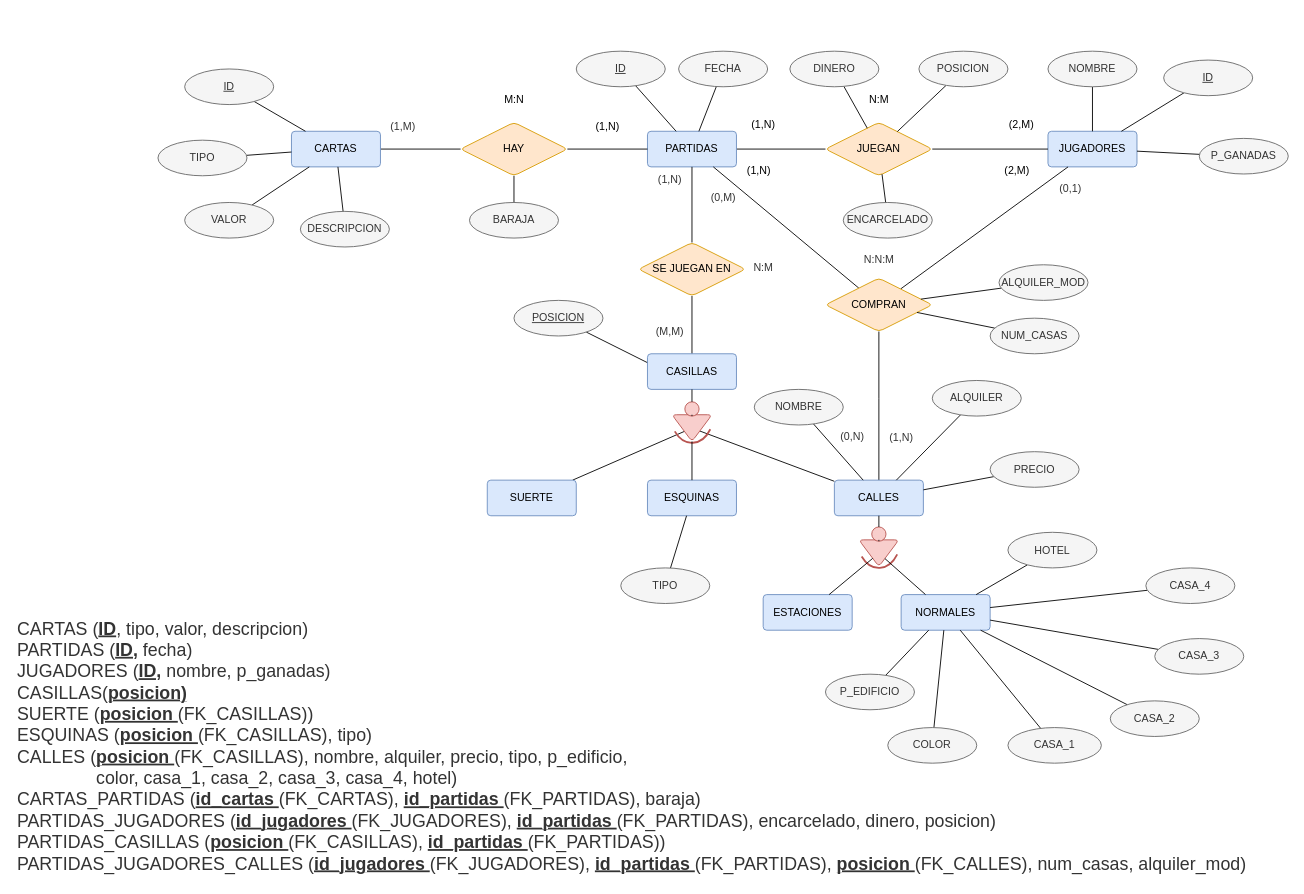
Above: RECURSOS/ER_MONOPOLY.drawio in ivanupgrade/Monopoly (draw.io), before the change. Source tidied: cells renumbered, new cells numbered last; positions are measured from the earlier drawing's top-left corner, leaving out a move shared by most shapes. Both pictures are drawn from the tidied source at 89%, with x=0, y=0 at pixel (15, 51).
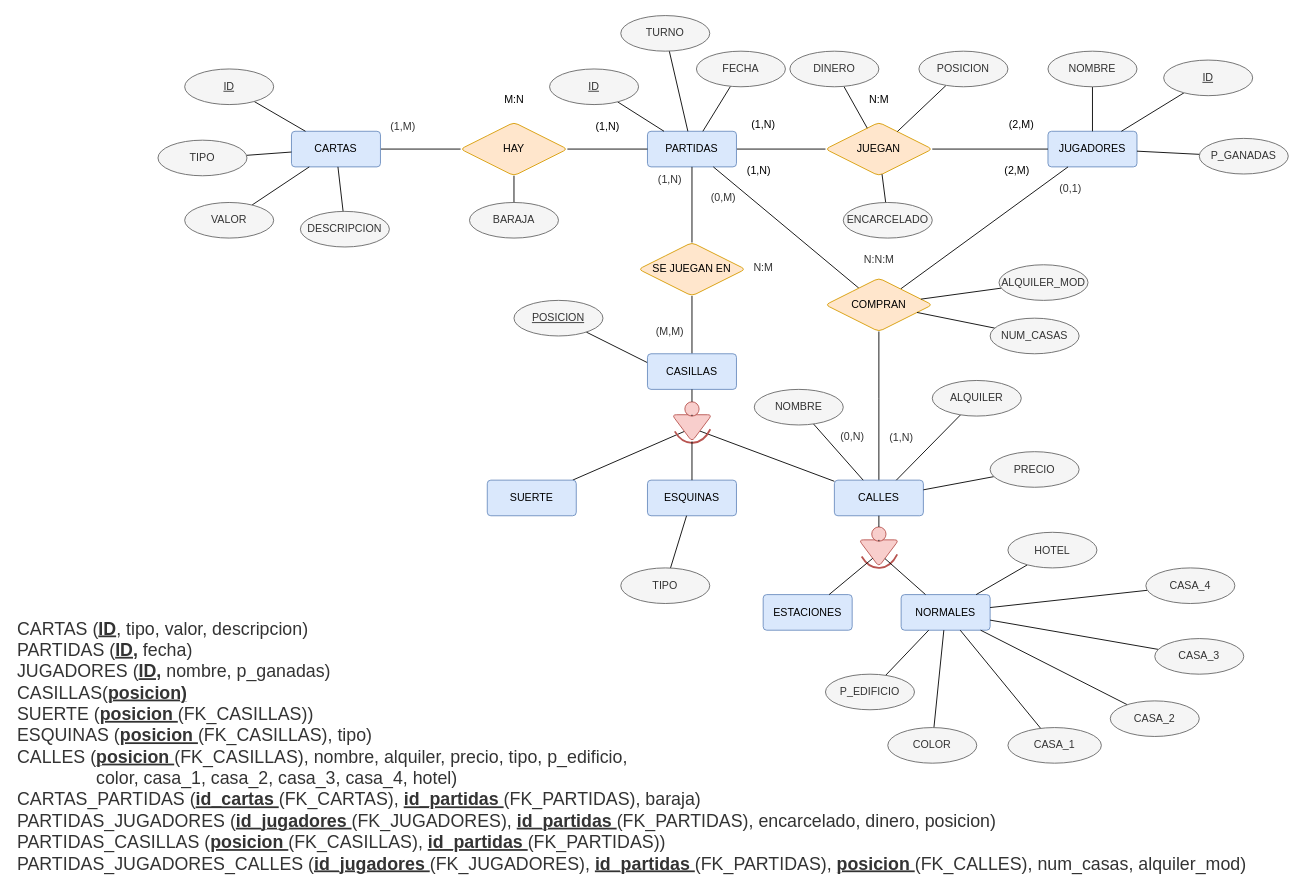
The same diagram, later.

The change refers to these unchanged cells:
```xml
<mxCell id="3" value="PARTIDAS" style="rounded=1;arcSize=10;whiteSpace=wrap;html=1;align=center;fillColor=#dae8fc;strokeColor=#6c8ebf;" parent="1" vertex="1">
  <mxGeometry x="710" y="90" width="100" height="40" as="geometry" />
</mxCell>
```

The edit, as a diff of the source:
```diff
@@
     <mxCell id="32" value="ID" style="ellipse;whiteSpace=wrap;html=1;align=center;rounded=1;strokeColor=#666666;verticalAlign=middle;arcSize=10;fontFamily=Helvetica;fontSize=12;fontColor=#333333;labelBackgroundColor=none;fillColor=#f5f5f5;fontStyle=4;" parent="1" vertex="1">
-      <mxGeometry x="630" width="100" height="40" as="geometry" />
+      <mxGeometry x="600" y="20" width="100" height="40" as="geometry" />
     </mxCell>
@@
     <mxCell id="104" value="FECHA" style="ellipse;whiteSpace=wrap;html=1;align=center;fontFamily=Helvetica;fontSize=12;fontColor=#333333;labelBackgroundColor=none;fillColor=#f5f5f5;strokeColor=#666666;" parent="1" vertex="1">
-      <mxGeometry x="745" width="100" height="40" as="geometry" />
+      <mxGeometry x="765" width="100" height="40" as="geometry" />
     </mxCell>
@@
+    <mxCell id="112" style="rounded=0;jettySize=auto;html=1;endArrow=none;startFill=0;" parent="1" edge="1" source="113" target="3">
+      <mxGeometry relative="1" as="geometry" />
+    </mxCell>
+    <mxCell id="113" value="&lt;span&gt;TURNO&lt;/span&gt;" style="ellipse;whiteSpace=wrap;html=1;align=center;rounded=1;strokeColor=#666666;verticalAlign=middle;arcSize=10;fontFamily=Helvetica;fontSize=12;fontColor=#333333;labelBackgroundColor=none;fillColor=#f5f5f5;fontStyle=0;" parent="1" vertex="1">
+      <mxGeometry x="680" y="-40" width="100" height="40" as="geometry" />
+    </mxCell>
```
